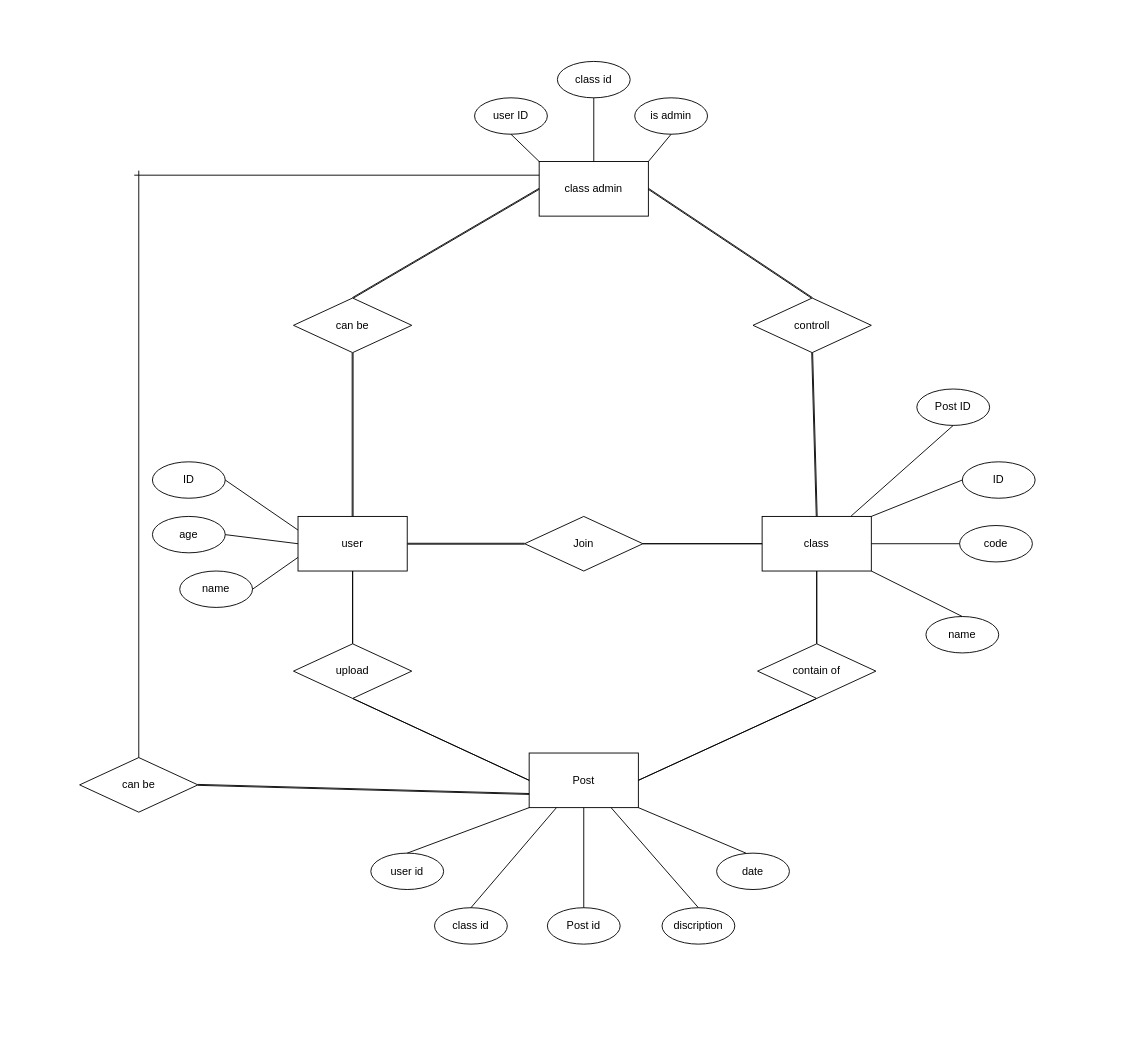
Before: database.drawio in AbdulromanMohamadsaleh/githubtest, a draw.io diagram. Source tidied: cells renumbered, new cells numbered last; positions are measured from the earlier drawing's top-left corner, leaving out a move shared by most shapes. Both pictures are drawn from the tidied source at 91%, with x=0, y=0 at pixel (79, 61).
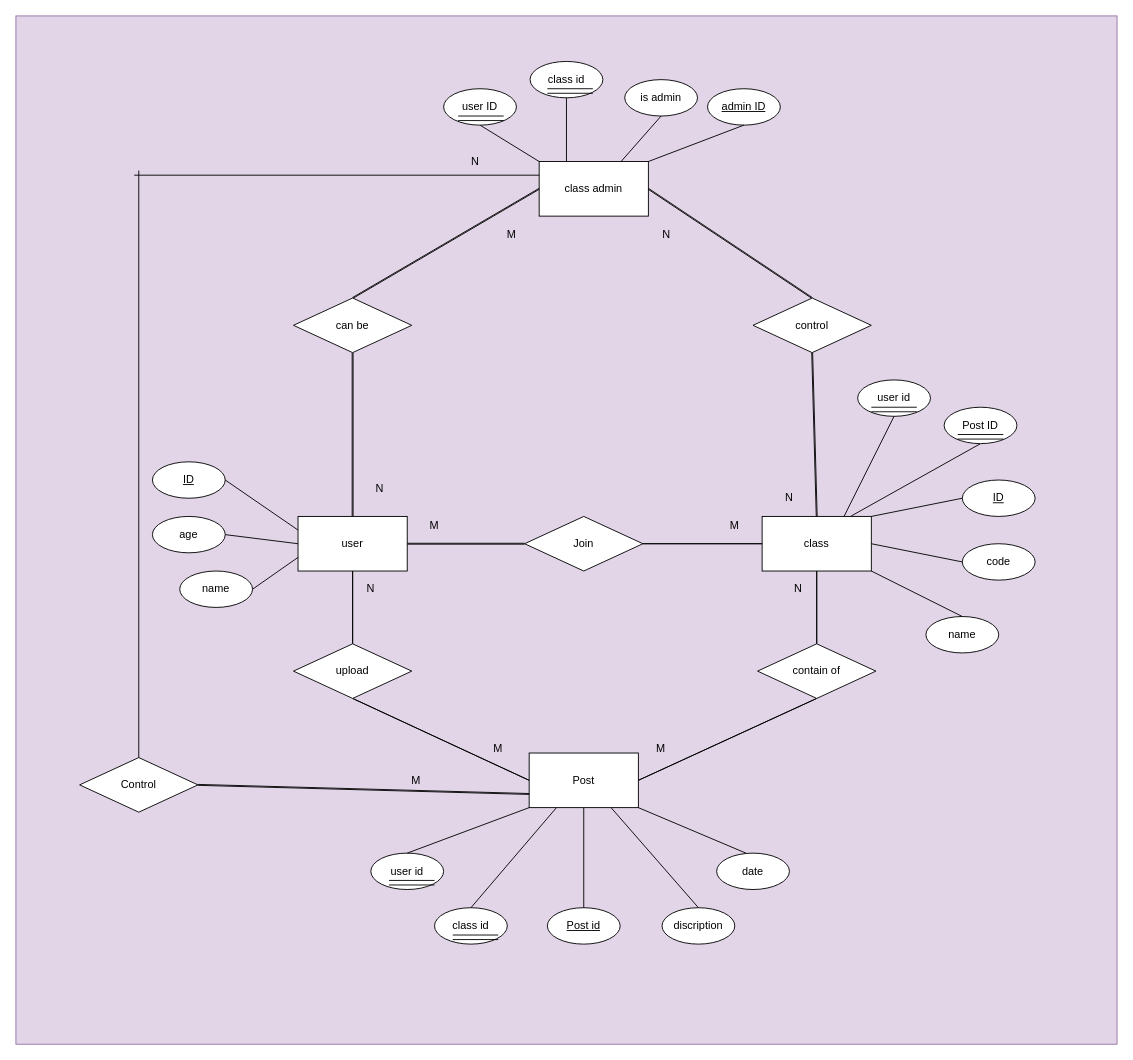
After the change.

Unchanged cells that the change refers to:
```xml
<mxCell id="3" value="class" style="rounded=0;whiteSpace=wrap;html=1;" parent="1" vertex="1">
  <mxGeometry x="750" y="500" width="120" height="60" as="geometry" />
</mxCell>
<mxCell id="21" value="class admin" style="rounded=0;whiteSpace=wrap;html=1;" parent="1" vertex="1">
  <mxGeometry x="505" y="110" width="120" height="60" as="geometry" />
</mxCell>
```

Change to the diagram source:
```diff
@@
+    <mxCell id="55" style="rounded=0;whiteSpace=wrap;html=1;fillColor=#e1d5e7;strokeColor=#9673a6;" parent="1" vertex="1">
+      <mxGeometry x="-70" y="-50" width="1210" height="1130" as="geometry" />
+    </mxCell>
@@
-    <mxCell id="4" value="ID" style="ellipse;whiteSpace=wrap;html=1;" parent="1" vertex="1">
+    <mxCell id="4" value="&lt;u&gt;ID&lt;/u&gt;" style="ellipse;whiteSpace=wrap;html=1;" parent="1" vertex="1">
       <mxGeometry x="80" y="440" width="80" height="40" as="geometry" />
     </mxCell>
@@
-    <mxCell id="7" value="ID" style="ellipse;whiteSpace=wrap;html=1;" parent="1" vertex="1">
-      <mxGeometry x="970" y="440" width="80" height="40" as="geometry" />
+    <mxCell id="7" value="&lt;u&gt;ID&lt;/u&gt;" style="ellipse;whiteSpace=wrap;html=1;" parent="1" vertex="1">
+      <mxGeometry x="970" y="460" width="80" height="40" as="geometry" />
     </mxCell>
@@
     <mxCell id="9" value="code" style="ellipse;whiteSpace=wrap;html=1;" parent="1" vertex="1">
-      <mxGeometry x="967" y="510" width="80" height="40" as="geometry" />
+      <mxGeometry x="970" y="530" width="80" height="40" as="geometry" />
     </mxCell>
-    <mxCell id="10" value="Post ID" style="ellipse;whiteSpace=wrap;html=1;" parent="1" vertex="1">
-      <mxGeometry x="920" y="360" width="80" height="40" as="geometry" />
-    </mxCell>
@@
-    <mxCell id="18" value="Post id" style="ellipse;whiteSpace=wrap;html=1;" parent="1" vertex="1">
+    <mxCell id="18" value="&lt;u&gt;Post id&lt;/u&gt;" style="ellipse;whiteSpace=wrap;html=1;" parent="1" vertex="1">
       <mxGeometry x="514" y="930" width="80" height="40" as="geometry" />
     </mxCell>
@@
-    <mxCell id="22" value="user ID" style="ellipse;whiteSpace=wrap;html=1;" parent="1" vertex="1">
-      <mxGeometry x="434" y="40" width="80" height="40" as="geometry" />
-    </mxCell>
     <mxCell id="23" value="class id" style="ellipse;whiteSpace=wrap;html=1;" parent="1" vertex="1">
-      <mxGeometry x="525" width="80" height="40" as="geometry" />
+      <mxGeometry x="495" width="80" height="40" as="geometry" />
     </mxCell>
@@
     <mxCell id="25" value="is admin" style="ellipse;whiteSpace=wrap;html=1;" parent="1" vertex="1">
-      <mxGeometry x="610" y="40" width="80" height="40" as="geometry" />
+      <mxGeometry x="599" y="20" width="80" height="40" as="geometry" />
     </mxCell>
@@
-    <mxCell id="32" value="controll" style="rhombus;whiteSpace=wrap;html=1;" parent="1" vertex="1">
+    <mxCell id="32" value="control" style="rhombus;whiteSpace=wrap;html=1;" parent="1" vertex="1">
       <mxGeometry x="740" y="260" width="130" height="60" as="geometry" />
     </mxCell>
@@
-    <mxCell id="37" value="can be" style="rhombus;whiteSpace=wrap;html=1;" parent="1" vertex="1">
+    <mxCell id="37" value="Control" style="rhombus;whiteSpace=wrap;html=1;" parent="1" vertex="1">
       <mxGeometry y="765" width="130" height="60" as="geometry" />
     </mxCell>
@@
-    <mxCell id="49" style="endArrow=none;html=1;exitX=0.5;exitY=0;exitDx=0;exitDy=0;entryX=0.5;entryY=1;entryDx=0;entryDy=0;" parent="1" edge="1" source="21" target="23">
+    <mxCell id="49" style="endArrow=none;html=1;exitX=0.25;exitY=0;exitDx=0;exitDy=0;entryX=0.5;entryY=1;entryDx=0;entryDy=0;" parent="1" edge="1" source="21" target="23">
       <mxGeometry relative="1" as="geometry" />
     </mxCell>
-    <mxCell id="50" style="endArrow=none;html=1;exitX=1;exitY=0;exitDx=0;exitDy=0;entryX=0.5;entryY=1;entryDx=0;entryDy=0;" parent="1" edge="1" source="21" target="25">
+    <mxCell id="50" style="endArrow=none;html=1;exitX=0.75;exitY=0;exitDx=0;exitDy=0;entryX=0.5;entryY=1;entryDx=0;entryDy=0;" parent="1" edge="1" source="21" target="25">
       <mxGeometry relative="1" as="geometry" />
     </mxCell>
@@
+    <mxCell id="56" value="&lt;u&gt;admin ID&lt;/u&gt;" style="ellipse;whiteSpace=wrap;html=1;" parent="1" vertex="1">
+      <mxGeometry x="690" y="30" width="80" height="40" as="geometry" />
+    </mxCell>
+    <mxCell id="57" style="endArrow=none;html=1;entryX=0.5;entryY=1;entryDx=0;entryDy=0;exitX=1;exitY=0;exitDx=0;exitDy=0;" parent="1" edge="1" source="21" target="56">
+      <mxGeometry relative="1" as="geometry" />
+    </mxCell>
+    <mxCell id="58" style="group;" parent="1" vertex="1">
+      <mxGeometry x="514" y="30" width="50" height="5" as="geometry" />
+    </mxCell>
+    <mxCell id="59" style="endArrow=none;html=1;" parent="58" edge="1">
+      <mxGeometry as="geometry">
+        <mxPoint as="sourcePoint" />
+        <mxPoint x="50" as="targetPoint" />
+      </mxGeometry>
+    </mxCell>
+    <mxCell id="60" style="endArrow=none;html=1;" parent="58" edge="1">
+      <mxGeometry y="-5" as="geometry">
+        <mxPoint y="5" as="sourcePoint" />
+        <mxPoint x="50" y="5" as="targetPoint" />
+      </mxGeometry>
+    </mxCell>
+    <mxCell id="61" style="group;" parent="1" vertex="1">
+      <mxGeometry x="340" y="900" width="50" height="5" as="geometry" />
+    </mxCell>
+    <mxCell id="62" style="endArrow=none;html=1;" parent="61" edge="1">
+      <mxGeometry as="geometry">
+        <mxPoint as="sourcePoint" />
+        <mxPoint x="50" as="targetPoint" />
+      </mxGeometry>
+    </mxCell>
+    <mxCell id="63" style="endArrow=none;html=1;" parent="61" edge="1">
+      <mxGeometry y="-5" as="geometry">
+        <mxPoint y="5" as="sourcePoint" />
+        <mxPoint x="50" y="5" as="targetPoint" />
+      </mxGeometry>
+    </mxCell>
+    <mxCell id="64" style="group;" parent="1" vertex="1">
+      <mxGeometry x="410" y="960" width="50" height="5" as="geometry" />
+    </mxCell>
+    <mxCell id="65" style="endArrow=none;html=1;" parent="64" edge="1">
+      <mxGeometry as="geometry">
+        <mxPoint as="sourcePoint" />
+        <mxPoint x="50" as="targetPoint" />
+      </mxGeometry>
+    </mxCell>
+    <mxCell id="66" style="endArrow=none;html=1;" parent="64" edge="1">
+      <mxGeometry y="-5" as="geometry">
+        <mxPoint y="5" as="sourcePoint" />
+        <mxPoint x="50" y="5" as="targetPoint" />
+      </mxGeometry>
+    </mxCell>
+    <mxCell id="67" value="user id" style="ellipse;whiteSpace=wrap;html=1;" parent="1" vertex="1">
+      <mxGeometry x="855" y="350" width="80" height="40" as="geometry" />
+    </mxCell>
+    <mxCell id="68" style="group;" parent="1" vertex="1">
+      <mxGeometry x="950" y="380" width="80" height="40" as="geometry" />
+    </mxCell>
+    <mxCell id="10" value="Post ID" style="ellipse;whiteSpace=wrap;html=1;" parent="68" vertex="1">
+      <mxGeometry width="80" height="40" as="geometry" />
+    </mxCell>
+    <mxCell id="69" style="group;" parent="68" vertex="1">
+      <mxGeometry x="15" y="30" width="50" height="5" as="geometry" />
+    </mxCell>
+    <mxCell id="70" style="endArrow=none;html=1;" parent="69" edge="1">
+      <mxGeometry as="geometry">
+        <mxPoint as="sourcePoint" />
+        <mxPoint x="50" as="targetPoint" />
+      </mxGeometry>
+    </mxCell>
+    <mxCell id="71" style="endArrow=none;html=1;" parent="69" edge="1">
+      <mxGeometry y="-5" as="geometry">
+        <mxPoint y="5" as="sourcePoint" />
+        <mxPoint x="50" y="5" as="targetPoint" />
+      </mxGeometry>
+    </mxCell>
+    <mxCell id="72" style="group;" parent="1" vertex="1">
+      <mxGeometry x="870" y="380" width="50" height="5" as="geometry" />
+    </mxCell>
+    <mxCell id="73" style="endArrow=none;html=1;" parent="72" edge="1">
+      <mxGeometry as="geometry">
+        <mxPoint as="sourcePoint" />
+        <mxPoint x="50" as="targetPoint" />
+      </mxGeometry>
+    </mxCell>
+    <mxCell id="74" style="endArrow=none;html=1;" parent="72" edge="1">
+      <mxGeometry y="-5" as="geometry">
+        <mxPoint y="5" as="sourcePoint" />
+        <mxPoint x="50" y="5" as="targetPoint" />
+      </mxGeometry>
+    </mxCell>
+    <mxCell id="75" style="endArrow=none;html=1;entryX=0.5;entryY=1;entryDx=0;entryDy=0;exitX=0.75;exitY=0;exitDx=0;exitDy=0;" parent="1" edge="1" source="3" target="67">
+      <mxGeometry relative="1" as="geometry" />
+    </mxCell>
+    <mxCell id="76" value="M" style="text;html=1;strokeColor=none;fillColor=none;align=center;verticalAlign=middle;whiteSpace=wrap;rounded=0;" parent="1" vertex="1">
+      <mxGeometry x="370" y="500" width="40" height="20" as="geometry" />
+    </mxCell>
+    <mxCell id="77" value="M" style="text;html=1;strokeColor=none;fillColor=none;align=center;verticalAlign=middle;whiteSpace=wrap;rounded=0;" parent="1" vertex="1">
+      <mxGeometry x="700" y="500" width="40" height="20" as="geometry" />
+    </mxCell>
+    <mxCell id="78" value="N" style="text;html=1;strokeColor=none;fillColor=none;align=center;verticalAlign=middle;whiteSpace=wrap;rounded=0;" parent="1" vertex="1">
+      <mxGeometry x="770" y="570" width="40" height="20" as="geometry" />
+    </mxCell>
+    <mxCell id="79" value="M" style="text;html=1;strokeColor=none;fillColor=none;align=center;verticalAlign=middle;whiteSpace=wrap;rounded=0;" parent="1" vertex="1">
+      <mxGeometry x="619" y="745" width="40" height="20" as="geometry" />
+    </mxCell>
+    <mxCell id="80" value="N" style="text;html=1;strokeColor=none;fillColor=none;align=center;verticalAlign=middle;whiteSpace=wrap;rounded=0;" parent="1" vertex="1">
+      <mxGeometry x="300" y="570" width="40" height="20" as="geometry" />
+    </mxCell>
+    <mxCell id="81" value="N" style="text;html=1;strokeColor=none;fillColor=none;align=center;verticalAlign=middle;whiteSpace=wrap;rounded=0;" parent="1" vertex="1">
+      <mxGeometry x="415" y="100" width="40" height="20" as="geometry" />
+    </mxCell>
+    <mxCell id="82" value="M" style="text;html=1;strokeColor=none;fillColor=none;align=center;verticalAlign=middle;whiteSpace=wrap;rounded=0;" parent="1" vertex="1">
+      <mxGeometry x="350" y="780" width="40" height="20" as="geometry" />
+    </mxCell>
+    <mxCell id="83" value="M" style="text;html=1;strokeColor=none;fillColor=none;align=center;verticalAlign=middle;whiteSpace=wrap;rounded=0;" parent="1" vertex="1">
+      <mxGeometry x="455" y="180" width="40" height="20" as="geometry" />
+    </mxCell>
+    <mxCell id="84" value="N" style="text;html=1;strokeColor=none;fillColor=none;align=center;verticalAlign=middle;whiteSpace=wrap;rounded=0;" parent="1" vertex="1">
+      <mxGeometry x="310" y="460" width="40" height="20" as="geometry" />
+    </mxCell>
+    <mxCell id="85" value="M" style="text;html=1;strokeColor=none;fillColor=none;align=center;verticalAlign=middle;whiteSpace=wrap;rounded=0;" parent="1" vertex="1">
+      <mxGeometry x="440" y="745" width="40" height="20" as="geometry" />
+    </mxCell>
+    <mxCell id="86" value="N" style="text;html=1;strokeColor=none;fillColor=none;align=center;verticalAlign=middle;whiteSpace=wrap;rounded=0;" parent="1" vertex="1">
+      <mxGeometry x="760" y="470" width="40" height="20" as="geometry" />
+    </mxCell>
+    <mxCell id="87" value="N" style="text;html=1;strokeColor=none;fillColor=none;align=center;verticalAlign=middle;whiteSpace=wrap;rounded=0;" parent="1" vertex="1">
+      <mxGeometry x="625" y="180" width="40" height="20" as="geometry" />
+    </mxCell>
+    <mxCell id="88" style="group;" parent="1" vertex="1">
+      <mxGeometry x="400" y="30" width="80" height="40" as="geometry" />
+    </mxCell>
+    <mxCell id="22" value="user ID" style="ellipse;whiteSpace=wrap;html=1;" parent="88" vertex="1">
+      <mxGeometry width="80" height="40" as="geometry" />
+    </mxCell>
+    <mxCell id="89" style="group;" parent="88" vertex="1">
+      <mxGeometry x="16" y="30" width="50" height="5" as="geometry" />
+    </mxCell>
+    <mxCell id="90" style="endArrow=none;html=1;" parent="89" edge="1">
+      <mxGeometry as="geometry">
+        <mxPoint as="sourcePoint" />
+        <mxPoint x="50" as="targetPoint" />
+      </mxGeometry>
+    </mxCell>
+    <mxCell id="91" style="endArrow=none;html=1;" parent="89" edge="1">
+      <mxGeometry y="-5" as="geometry">
+        <mxPoint y="5" as="sourcePoint" />
+        <mxPoint x="50" y="5" as="targetPoint" />
+      </mxGeometry>
+    </mxCell>
```
